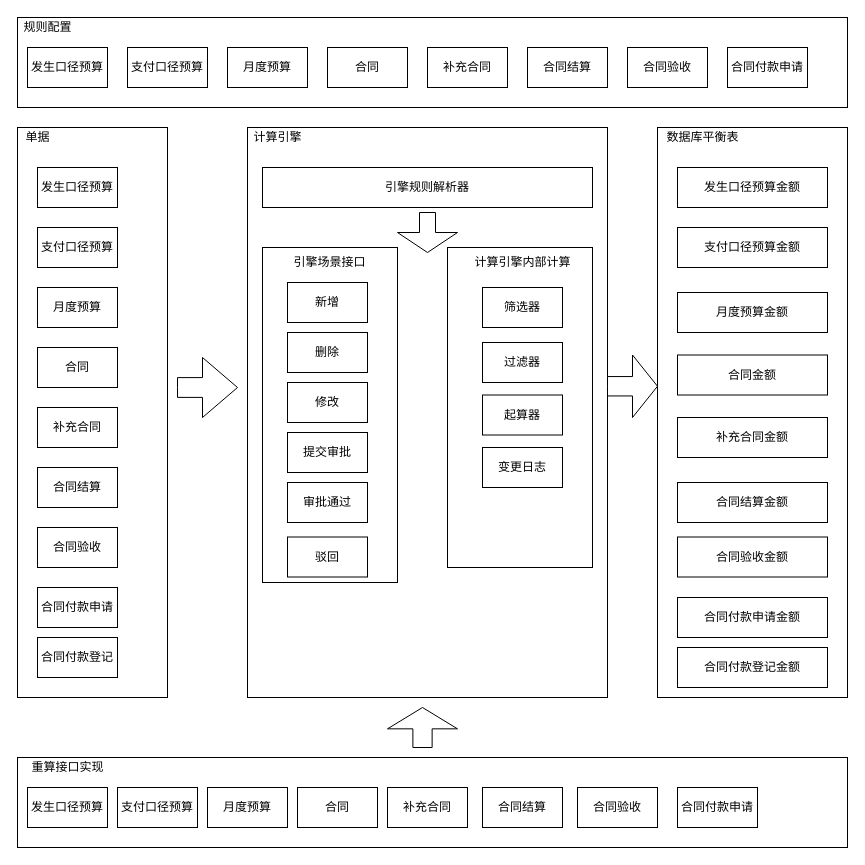
This is page "计算引擎架构" (2 of 4) of fyxt_arch.drawio from chainren/draw.io, a draw.io file, before an edit. Source tidied: cells renumbered, new cells numbered last; positions are measured from the earlier drawing's top-left corner, leaving out a move shared by most shapes. Both pictures are drawn from the tidied source at 100%, with x=0, y=0 at pixel (17, 17).
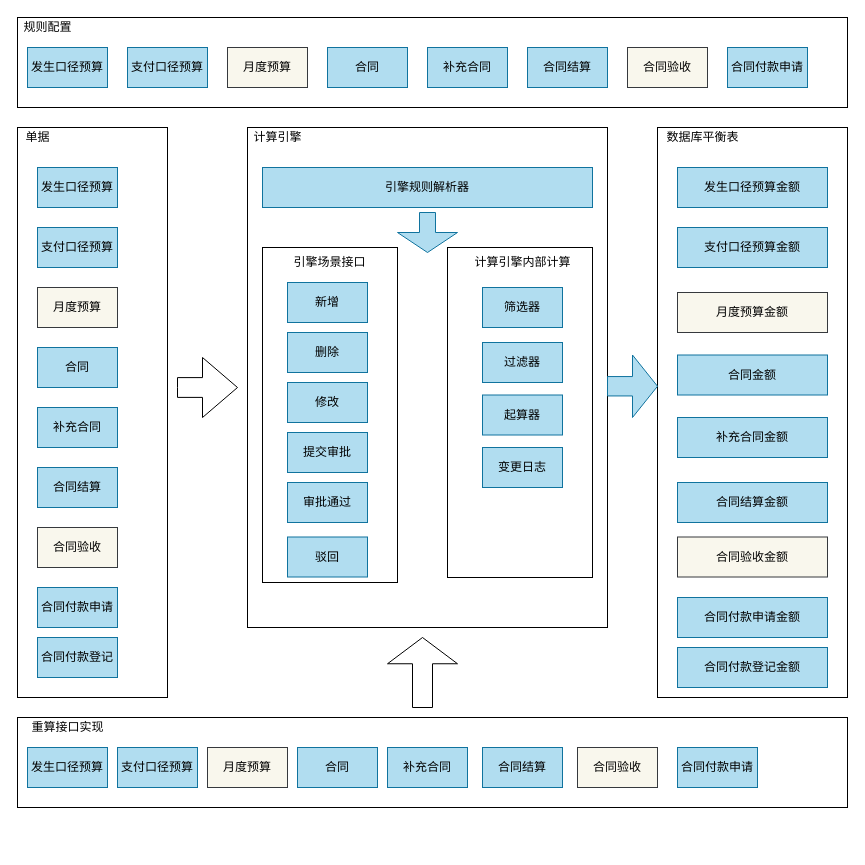
Above is the later version.

Diff of the diagram source:
```diff
@@
-    <mxCell id="4" value="发生口径预算" style="rounded=0;whiteSpace=wrap;html=1;" parent="1" vertex="1">
+    <mxCell id="4" value="发生口径预算" style="rounded=0;whiteSpace=wrap;html=1;fillColor=#b1ddf0;strokeColor=#10739e;" parent="1" vertex="1">
       <mxGeometry x="10" y="30" width="80" height="40" as="geometry" />
     </mxCell>
-    <mxCell id="5" value="支付口径预算" style="rounded=0;whiteSpace=wrap;html=1;" parent="1" vertex="1">
+    <mxCell id="5" value="支付口径预算" style="rounded=0;whiteSpace=wrap;html=1;fillColor=#b1ddf0;strokeColor=#10739e;" parent="1" vertex="1">
       <mxGeometry x="110" y="30" width="80" height="40" as="geometry" />
     </mxCell>
-    <mxCell id="6" value="月度预算" style="rounded=0;whiteSpace=wrap;html=1;" parent="1" vertex="1">
+    <mxCell id="6" value="月度预算" style="rounded=0;whiteSpace=wrap;html=1;fillColor=#f9f7ed;strokeColor=#36393d;" parent="1" vertex="1">
       <mxGeometry x="210" y="30" width="80" height="40" as="geometry" />
     </mxCell>
-    <mxCell id="7" value="合同" style="rounded=0;whiteSpace=wrap;html=1;" parent="1" vertex="1">
+    <mxCell id="7" value="合同" style="rounded=0;whiteSpace=wrap;html=1;fillColor=#b1ddf0;strokeColor=#10739e;" parent="1" vertex="1">
       <mxGeometry x="310" y="30" width="80" height="40" as="geometry" />
     </mxCell>
-    <mxCell id="8" value="补充合同" style="rounded=0;whiteSpace=wrap;html=1;" parent="1" vertex="1">
+    <mxCell id="8" value="补充合同" style="rounded=0;whiteSpace=wrap;html=1;fillColor=#b1ddf0;strokeColor=#10739e;" parent="1" vertex="1">
       <mxGeometry x="410" y="30" width="80" height="40" as="geometry" />
     </mxCell>
-    <mxCell id="9" value="合同结算" style="rounded=0;whiteSpace=wrap;html=1;" parent="1" vertex="1">
+    <mxCell id="9" value="合同结算" style="rounded=0;whiteSpace=wrap;html=1;fillColor=#b1ddf0;strokeColor=#10739e;" parent="1" vertex="1">
       <mxGeometry x="510" y="30" width="80" height="40" as="geometry" />
     </mxCell>
-    <mxCell id="10" value="合同验收" style="rounded=0;whiteSpace=wrap;html=1;" parent="1" vertex="1">
+    <mxCell id="10" value="合同验收" style="rounded=0;whiteSpace=wrap;html=1;fillColor=#f9f7ed;strokeColor=#36393d;" parent="1" vertex="1">
       <mxGeometry x="610" y="30" width="80" height="40" as="geometry" />
     </mxCell>
-    <mxCell id="11" value="合同付款申请" style="rounded=0;whiteSpace=wrap;html=1;" parent="1" vertex="1">
+    <mxCell id="11" value="合同付款申请" style="rounded=0;whiteSpace=wrap;html=1;fillColor=#b1ddf0;strokeColor=#10739e;" parent="1" vertex="1">
       <mxGeometry x="710" y="30" width="80" height="40" as="geometry" />
     </mxCell>
@@
     <mxCell id="14" style="rounded=0;whiteSpace=wrap;html=1;" parent="1" vertex="1">
-      <mxGeometry x="230" y="110" width="360" height="570" as="geometry" />
+      <mxGeometry x="230" y="110" width="360" height="500" as="geometry" />
     </mxCell>
@@
-    <mxCell id="18" value="发生口径预算" style="rounded=0;whiteSpace=wrap;html=1;" parent="1" vertex="1">
+    <mxCell id="18" value="发生口径预算" style="rounded=0;whiteSpace=wrap;html=1;fillColor=#b1ddf0;strokeColor=#10739e;" parent="1" vertex="1">
       <mxGeometry x="20" y="150" width="80" height="40" as="geometry" />
     </mxCell>
-    <mxCell id="19" value="支付口径预算" style="rounded=0;whiteSpace=wrap;html=1;" parent="1" vertex="1">
+    <mxCell id="19" value="支付口径预算" style="rounded=0;whiteSpace=wrap;html=1;fillColor=#b1ddf0;strokeColor=#10739e;" parent="1" vertex="1">
       <mxGeometry x="20" y="210" width="80" height="40" as="geometry" />
     </mxCell>
-    <mxCell id="20" value="月度预算" style="rounded=0;whiteSpace=wrap;html=1;" parent="1" vertex="1">
+    <mxCell id="20" value="月度预算" style="rounded=0;whiteSpace=wrap;html=1;fillColor=#f9f7ed;strokeColor=#36393d;" parent="1" vertex="1">
       <mxGeometry x="20" y="270" width="80" height="40" as="geometry" />
     </mxCell>
-    <mxCell id="21" value="合同" style="rounded=0;whiteSpace=wrap;html=1;" parent="1" vertex="1">
+    <mxCell id="21" value="合同" style="rounded=0;whiteSpace=wrap;html=1;fillColor=#b1ddf0;strokeColor=#10739e;" parent="1" vertex="1">
       <mxGeometry x="20" y="330" width="80" height="40" as="geometry" />
     </mxCell>
-    <mxCell id="22" value="补充合同" style="rounded=0;whiteSpace=wrap;html=1;" parent="1" vertex="1">
+    <mxCell id="22" value="补充合同" style="rounded=0;whiteSpace=wrap;html=1;fillColor=#b1ddf0;strokeColor=#10739e;" parent="1" vertex="1">
       <mxGeometry x="20" y="390" width="80" height="40" as="geometry" />
     </mxCell>
-    <mxCell id="23" value="合同结算" style="rounded=0;whiteSpace=wrap;html=1;" parent="1" vertex="1">
+    <mxCell id="23" value="合同结算" style="rounded=0;whiteSpace=wrap;html=1;fillColor=#b1ddf0;strokeColor=#10739e;" parent="1" vertex="1">
       <mxGeometry x="20" y="450" width="80" height="40" as="geometry" />
     </mxCell>
-    <mxCell id="24" value="合同验收" style="rounded=0;whiteSpace=wrap;html=1;" parent="1" vertex="1">
+    <mxCell id="24" value="合同验收" style="rounded=0;whiteSpace=wrap;html=1;fillColor=#f9f7ed;strokeColor=#36393d;" parent="1" vertex="1">
       <mxGeometry x="20" y="510" width="80" height="40" as="geometry" />
     </mxCell>
-    <mxCell id="25" value="合同付款申请" style="rounded=0;whiteSpace=wrap;html=1;" parent="1" vertex="1">
+    <mxCell id="25" value="合同付款申请" style="rounded=0;whiteSpace=wrap;html=1;fillColor=#b1ddf0;strokeColor=#10739e;" parent="1" vertex="1">
       <mxGeometry x="20" y="570" width="80" height="40" as="geometry" />
     </mxCell>
-    <mxCell id="26" value="合同付款登记" style="rounded=0;whiteSpace=wrap;html=1;" parent="1" vertex="1">
+    <mxCell id="26" value="合同付款登记" style="rounded=0;whiteSpace=wrap;html=1;fillColor=#b1ddf0;strokeColor=#10739e;" parent="1" vertex="1">
       <mxGeometry x="20" y="620" width="80" height="40" as="geometry" />
     </mxCell>
@@
-    <mxCell id="28" value="引擎规则解析器" style="rounded=0;whiteSpace=wrap;html=1;" parent="1" vertex="1">
+    <mxCell id="28" value="引擎规则解析器" style="rounded=0;whiteSpace=wrap;html=1;fillColor=#b1ddf0;strokeColor=#10739e;" parent="1" vertex="1">
       <mxGeometry x="245" y="150" width="330" height="40" as="geometry" />
     </mxCell>
@@
     <mxCell id="30" style="rounded=0;whiteSpace=wrap;html=1;" parent="1" vertex="1">
-      <mxGeometry x="430" y="230" width="145" height="320" as="geometry" />
+      <mxGeometry x="430" y="230" width="145" height="330" as="geometry" />
     </mxCell>
-    <mxCell id="31" value="新增" style="rounded=0;whiteSpace=wrap;html=1;" parent="1" vertex="1">
+    <mxCell id="31" value="新增" style="rounded=0;whiteSpace=wrap;html=1;fillColor=#b1ddf0;strokeColor=#10739e;" parent="1" vertex="1">
       <mxGeometry x="270" y="265" width="80" height="40" as="geometry" />
     </mxCell>
-    <mxCell id="32" value="删除" style="rounded=0;whiteSpace=wrap;html=1;" parent="1" vertex="1">
+    <mxCell id="32" value="删除" style="rounded=0;whiteSpace=wrap;html=1;fillColor=#b1ddf0;strokeColor=#10739e;" parent="1" vertex="1">
       <mxGeometry x="270" y="315" width="80" height="40" as="geometry" />
     </mxCell>
-    <mxCell id="33" value="修改" style="rounded=0;whiteSpace=wrap;html=1;" parent="1" vertex="1">
+    <mxCell id="33" value="修改" style="rounded=0;whiteSpace=wrap;html=1;fillColor=#b1ddf0;strokeColor=#10739e;" parent="1" vertex="1">
       <mxGeometry x="270" y="365" width="80" height="40" as="geometry" />
     </mxCell>
-    <mxCell id="34" value="提交审批" style="rounded=0;whiteSpace=wrap;html=1;" parent="1" vertex="1">
+    <mxCell id="34" value="提交审批" style="rounded=0;whiteSpace=wrap;html=1;fillColor=#b1ddf0;strokeColor=#10739e;" parent="1" vertex="1">
       <mxGeometry x="270" y="415" width="80" height="40" as="geometry" />
     </mxCell>
-    <mxCell id="35" value="审批通过" style="rounded=0;whiteSpace=wrap;html=1;" parent="1" vertex="1">
+    <mxCell id="35" value="审批通过" style="rounded=0;whiteSpace=wrap;html=1;fillColor=#b1ddf0;strokeColor=#10739e;" parent="1" vertex="1">
       <mxGeometry x="270" y="465" width="80" height="40" as="geometry" />
     </mxCell>
-    <mxCell id="36" value="驳回" style="rounded=0;whiteSpace=wrap;html=1;" parent="1" vertex="1">
+    <mxCell id="36" value="驳回" style="rounded=0;whiteSpace=wrap;html=1;fillColor=#b1ddf0;strokeColor=#10739e;" parent="1" vertex="1">
       <mxGeometry x="270" y="519.5" width="80" height="40" as="geometry" />
     </mxCell>
-    <mxCell id="37" value="引擎场景接口" style="text;html=1;strokeColor=none;fillColor=none;align=center;verticalAlign=middle;whiteSpace=wrap;rounded=0;" parent="1" vertex="1">
+    <mxCell id="37" value="引擎场景接口" style="text;html=1;align=center;verticalAlign=middle;whiteSpace=wrap;rounded=0;" parent="1" vertex="1">
       <mxGeometry x="265" y="230" width="95" height="30" as="geometry" />
     </mxCell>
-    <mxCell id="38" value="计算引擎内部计算" style="text;html=1;align=center;verticalAlign=middle;strokeColor=none;fillColor=none;" parent="1" vertex="1">
+    <mxCell id="38" value="计算引擎内部计算" style="text;html=1;align=center;verticalAlign=middle;" parent="1" vertex="1">
       <mxGeometry x="450" y="235" width="110" height="20" as="geometry" />
     </mxCell>
-    <mxCell id="39" value="筛选器" style="rounded=0;whiteSpace=wrap;html=1;" parent="1" vertex="1">
+    <mxCell id="39" value="筛选器" style="rounded=0;whiteSpace=wrap;html=1;fillColor=#b1ddf0;strokeColor=#10739e;" parent="1" vertex="1">
       <mxGeometry x="465" y="270" width="80" height="40" as="geometry" />
     </mxCell>
-    <mxCell id="40" value="过滤器" style="rounded=0;whiteSpace=wrap;html=1;" parent="1" vertex="1">
+    <mxCell id="40" value="过滤器" style="rounded=0;whiteSpace=wrap;html=1;fillColor=#b1ddf0;strokeColor=#10739e;" parent="1" vertex="1">
       <mxGeometry x="465" y="325" width="80" height="40" as="geometry" />
     </mxCell>
-    <mxCell id="41" value="起算器" style="rounded=0;whiteSpace=wrap;html=1;" parent="1" vertex="1">
+    <mxCell id="41" value="起算器" style="rounded=0;whiteSpace=wrap;html=1;fillColor=#b1ddf0;strokeColor=#10739e;" parent="1" vertex="1">
       <mxGeometry x="465" y="377.5" width="80" height="40" as="geometry" />
     </mxCell>
-    <mxCell id="42" value="变更日志" style="rounded=0;whiteSpace=wrap;html=1;" parent="1" vertex="1">
+    <mxCell id="42" value="变更日志" style="rounded=0;whiteSpace=wrap;html=1;fillColor=#b1ddf0;strokeColor=#10739e;" parent="1" vertex="1">
       <mxGeometry x="465" y="430" width="80" height="40" as="geometry" />
     </mxCell>
-    <mxCell id="43" value="发生口径预算金额" style="rounded=0;whiteSpace=wrap;html=1;" parent="1" vertex="1">
+    <mxCell id="43" value="发生口径预算金额" style="rounded=0;whiteSpace=wrap;html=1;fillColor=#b1ddf0;strokeColor=#10739e;" parent="1" vertex="1">
       <mxGeometry x="660" y="150" width="150" height="40" as="geometry" />
     </mxCell>
-    <mxCell id="44" value="支付口径预算金额" style="rounded=0;whiteSpace=wrap;html=1;" parent="1" vertex="1">
+    <mxCell id="44" value="支付口径预算金额" style="rounded=0;whiteSpace=wrap;html=1;fillColor=#b1ddf0;strokeColor=#10739e;" parent="1" vertex="1">
       <mxGeometry x="660" y="210" width="150" height="40" as="geometry" />
     </mxCell>
-    <mxCell id="45" value="月度预算金额" style="rounded=0;whiteSpace=wrap;html=1;" parent="1" vertex="1">
+    <mxCell id="45" value="月度预算金额" style="rounded=0;whiteSpace=wrap;html=1;fillColor=#f9f7ed;strokeColor=#36393d;" parent="1" vertex="1">
       <mxGeometry x="660" y="275" width="150" height="40" as="geometry" />
     </mxCell>
-    <mxCell id="46" value="合同金额" style="rounded=0;whiteSpace=wrap;html=1;" parent="1" vertex="1">
+    <mxCell id="46" value="合同金额" style="rounded=0;whiteSpace=wrap;html=1;fillColor=#b1ddf0;strokeColor=#10739e;" parent="1" vertex="1">
       <mxGeometry x="660" y="337.5" width="150" height="40" as="geometry" />
     </mxCell>
-    <mxCell id="47" value="补充合同金额" style="rounded=0;whiteSpace=wrap;html=1;" parent="1" vertex="1">
+    <mxCell id="47" value="补充合同金额" style="rounded=0;whiteSpace=wrap;html=1;fillColor=#b1ddf0;strokeColor=#10739e;" parent="1" vertex="1">
       <mxGeometry x="660" y="400" width="150" height="40" as="geometry" />
     </mxCell>
-    <mxCell id="48" value="合同结算金额" style="rounded=0;whiteSpace=wrap;html=1;" parent="1" vertex="1">
+    <mxCell id="48" value="合同结算金额" style="rounded=0;whiteSpace=wrap;html=1;fillColor=#b1ddf0;strokeColor=#10739e;" parent="1" vertex="1">
       <mxGeometry x="660" y="465" width="150" height="40" as="geometry" />
     </mxCell>
-    <mxCell id="49" value="合同验收金额" style="rounded=0;whiteSpace=wrap;html=1;" parent="1" vertex="1">
+    <mxCell id="49" value="合同验收金额" style="rounded=0;whiteSpace=wrap;html=1;fillColor=#f9f7ed;strokeColor=#36393d;" parent="1" vertex="1">
       <mxGeometry x="660" y="519.5" width="150" height="40" as="geometry" />
     </mxCell>
-    <mxCell id="50" value="合同付款申请金额" style="rounded=0;whiteSpace=wrap;html=1;" parent="1" vertex="1">
+    <mxCell id="50" value="合同付款申请金额" style="rounded=0;whiteSpace=wrap;html=1;fillColor=#b1ddf0;strokeColor=#10739e;" parent="1" vertex="1">
       <mxGeometry x="660" y="580" width="150" height="40" as="geometry" />
     </mxCell>
-    <mxCell id="51" value="合同付款登记金额" style="rounded=0;whiteSpace=wrap;html=1;" parent="1" vertex="1">
+    <mxCell id="51" value="合同付款登记金额" style="rounded=0;whiteSpace=wrap;html=1;fillColor=#b1ddf0;strokeColor=#10739e;" parent="1" vertex="1">
       <mxGeometry x="660" y="630" width="150" height="40" as="geometry" />
     </mxCell>
-    <mxCell id="52" style="html=1;shadow=0;dashed=0;align=center;verticalAlign=middle;shape=mxgraph.arrows2.arrow;dy=0.69;dx=25;notch=0;" parent="1" vertex="1">
+    <mxCell id="52" style="html=1;shadow=0;dashed=0;align=center;verticalAlign=middle;shape=mxgraph.arrows2.arrow;dy=0.69;dx=25;notch=0;fillColor=#b1ddf0;strokeColor=#10739e;" parent="1" vertex="1">
       <mxGeometry x="590" y="337.5" width="50" height="62.5" as="geometry" />
     </mxCell>
-    <mxCell id="53" style="shape=singleArrow;direction=south;whiteSpace=wrap;html=1;arrowWidth=0.26666666666666666;arrowSize=0.5;" parent="1" vertex="1">
+    <mxCell id="53" style="shape=singleArrow;direction=south;whiteSpace=wrap;html=1;arrowWidth=0.26666666666666666;arrowSize=0.5;fillColor=#b1ddf0;strokeColor=#10739e;" parent="1" vertex="1">
       <mxGeometry x="380" y="195" width="60" height="40" as="geometry" />
     </mxCell>
     <mxCell id="54" style="rounded=0;whiteSpace=wrap;html=1;" parent="1" vertex="1">
-      <mxGeometry y="740" width="830" height="90" as="geometry" />
+      <mxGeometry y="700" width="830" height="90" as="geometry" />
     </mxCell>
-    <mxCell id="55" style="shape=singleArrow;direction=north;whiteSpace=wrap;html=1;arrowWidth=0.275;arrowSize=0.5333333333333333;" parent="1" vertex="1">
-      <mxGeometry x="370" y="690" width="70" height="40" as="geometry" />
+    <mxCell id="55" style="shape=singleArrow;direction=north;whiteSpace=wrap;html=1;arrowWidth=0.2857142857142857;arrowSize=0.375;" parent="1" vertex="1">
+      <mxGeometry x="370" y="620" width="70" height="70" as="geometry" />
     </mxCell>
-    <mxCell id="56" value="发生口径预算" style="rounded=0;whiteSpace=wrap;html=1;" parent="1" vertex="1">
-      <mxGeometry x="10" y="770" width="80" height="40" as="geometry" />
+    <mxCell id="56" value="发生口径预算" style="rounded=0;whiteSpace=wrap;html=1;fillColor=#b1ddf0;strokeColor=#10739e;" parent="1" vertex="1">
+      <mxGeometry x="10" y="730" width="80" height="40" as="geometry" />
     </mxCell>
-    <mxCell id="57" value="重算接口实现" style="text;html=1;align=center;verticalAlign=middle;strokeColor=none;fillColor=none;" parent="1" vertex="1">
-      <mxGeometry x="5" y="740" width="90" height="20" as="geometry" />
+    <mxCell id="57" value="重算接口实现" style="text;html=1;align=center;verticalAlign=middle;" parent="1" vertex="1">
+      <mxGeometry x="5" y="700" width="90" height="20" as="geometry" />
     </mxCell>
-    <mxCell id="58" value="支付口径预算" style="rounded=0;whiteSpace=wrap;html=1;" parent="1" vertex="1">
-      <mxGeometry x="100" y="770" width="80" height="40" as="geometry" />
+    <mxCell id="58" value="支付口径预算" style="rounded=0;whiteSpace=wrap;html=1;fillColor=#b1ddf0;strokeColor=#10739e;" parent="1" vertex="1">
+      <mxGeometry x="100" y="730" width="80" height="40" as="geometry" />
     </mxCell>
-    <mxCell id="59" value="月度预算" style="rounded=0;whiteSpace=wrap;html=1;" parent="1" vertex="1">
-      <mxGeometry x="190" y="770" width="80" height="40" as="geometry" />
+    <mxCell id="59" value="月度预算" style="rounded=0;whiteSpace=wrap;html=1;fillColor=#f9f7ed;strokeColor=#36393d;" parent="1" vertex="1">
+      <mxGeometry x="190" y="730" width="80" height="40" as="geometry" />
     </mxCell>
-    <mxCell id="60" value="合同" style="rounded=0;whiteSpace=wrap;html=1;" parent="1" vertex="1">
-      <mxGeometry x="280" y="770" width="80" height="40" as="geometry" />
+    <mxCell id="60" value="合同" style="rounded=0;whiteSpace=wrap;html=1;fillColor=#b1ddf0;strokeColor=#10739e;" parent="1" vertex="1">
+      <mxGeometry x="280" y="730" width="80" height="40" as="geometry" />
     </mxCell>
-    <mxCell id="61" value="补充合同" style="rounded=0;whiteSpace=wrap;html=1;" parent="1" vertex="1">
-      <mxGeometry x="370" y="770" width="80" height="40" as="geometry" />
+    <mxCell id="61" value="补充合同" style="rounded=0;whiteSpace=wrap;html=1;fillColor=#b1ddf0;strokeColor=#10739e;" parent="1" vertex="1">
+      <mxGeometry x="370" y="730" width="80" height="40" as="geometry" />
     </mxCell>
-    <mxCell id="62" value="合同结算" style="rounded=0;whiteSpace=wrap;html=1;" parent="1" vertex="1">
-      <mxGeometry x="465" y="770" width="80" height="40" as="geometry" />
+    <mxCell id="62" value="合同结算" style="rounded=0;whiteSpace=wrap;html=1;fillColor=#b1ddf0;strokeColor=#10739e;" parent="1" vertex="1">
+      <mxGeometry x="465" y="730" width="80" height="40" as="geometry" />
     </mxCell>
-    <mxCell id="63" value="合同验收" style="rounded=0;whiteSpace=wrap;html=1;" parent="1" vertex="1">
-      <mxGeometry x="560" y="770" width="80" height="40" as="geometry" />
+    <mxCell id="63" value="合同验收" style="rounded=0;whiteSpace=wrap;html=1;fillColor=#f9f7ed;strokeColor=#36393d;" parent="1" vertex="1">
+      <mxGeometry x="560" y="730" width="80" height="40" as="geometry" />
     </mxCell>
-    <mxCell id="64" value="合同付款申请" style="rounded=0;whiteSpace=wrap;html=1;" parent="1" vertex="1">
-      <mxGeometry x="660" y="770" width="80" height="40" as="geometry" />
+    <mxCell id="64" value="合同付款申请" style="rounded=0;whiteSpace=wrap;html=1;fillColor=#b1ddf0;strokeColor=#10739e;" parent="1" vertex="1">
+      <mxGeometry x="660" y="730" width="80" height="40" as="geometry" />
     </mxCell>
```
